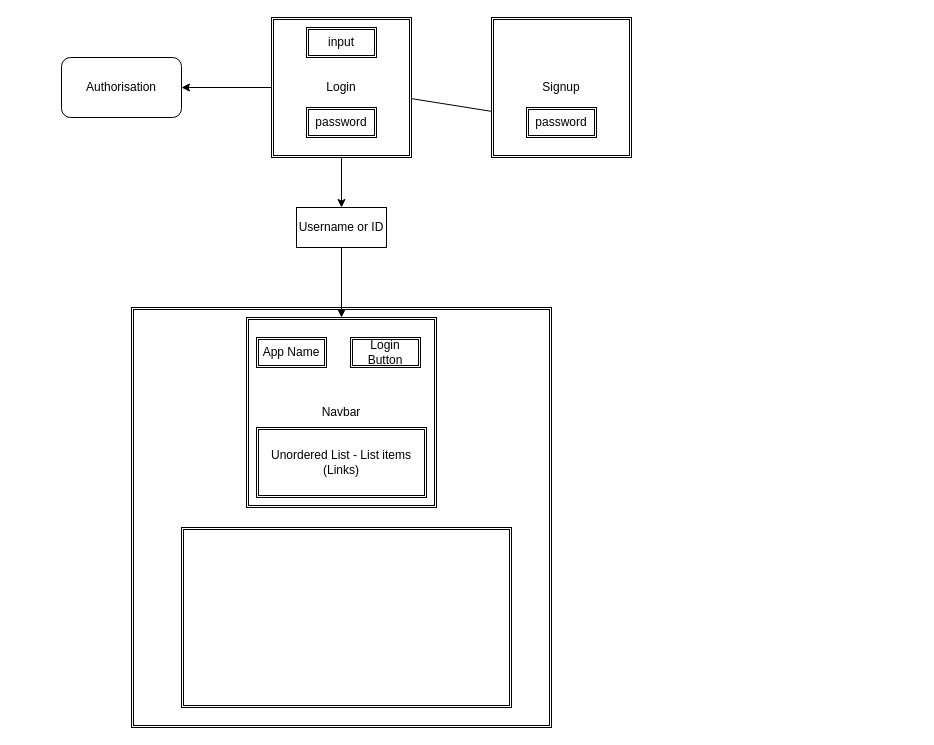
Before: component_tree.drawio in afam-io/final-project-front-end-boolean-pirates, a draw.io diagram. Source tidied: cells renumbered, new cells numbered last; positions are measured from the earlier drawing's top-left corner, leaving out a move shared by most shapes. Both pictures are drawn from the tidied source at 100%, with x=0, y=0 at pixel (61, 17).
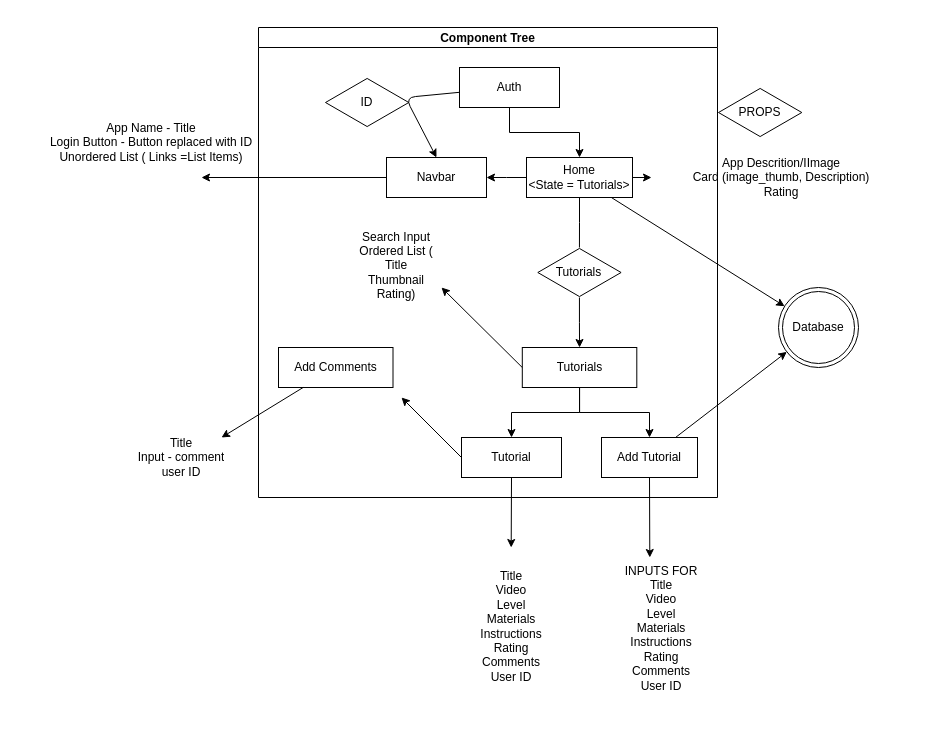
The same page after the edit.

Commit message:
component tree update

Diff of the diagram source:
```diff
@@
-    <mxCell id="2" style="shape=ext;double=1;whiteSpace=wrap;html=1;" parent="1" vertex="1">
-      <mxGeometry x="70" y="290" width="420" height="420" as="geometry" />
-    </mxCell>
-    <mxCell id="3" style="edgeStyle=none;html=1;" parent="1" edge="1" source="6" target="11">
-      <mxGeometry relative="1" as="geometry" />
-    </mxCell>
-    <mxCell id="4" style="edgeStyle=none;html=1;" parent="1" edge="1" source="6" target="13">
-      <mxGeometry relative="1" as="geometry" />
-    </mxCell>
-    <mxCell id="5" style="edgeStyle=none;html=1;" parent="1" edge="1" source="6" target="10">
-      <mxGeometry relative="1" as="geometry" />
-    </mxCell>
-    <mxCell id="6" value="Login" style="shape=ext;double=1;whiteSpace=wrap;html=1;" parent="1" vertex="1">
-      <mxGeometry x="210" width="140" height="140" as="geometry" />
-    </mxCell>
-    <mxCell id="7" value="Signup" style="shape=ext;double=1;whiteSpace=wrap;html=1;" parent="1" vertex="1">
-      <mxGeometry x="430" width="140" height="140" as="geometry" />
-    </mxCell>
-    <mxCell id="8" value="input" style="shape=ext;double=1;rounded=0;whiteSpace=wrap;html=1;" parent="1" vertex="1">
-      <mxGeometry x="245" y="10" width="70" height="30" as="geometry" />
-    </mxCell>
-    <mxCell id="9" value="password" style="shape=ext;double=1;rounded=0;whiteSpace=wrap;html=1;" parent="1" vertex="1">
-      <mxGeometry x="245" y="90" width="70" height="30" as="geometry" />
-    </mxCell>
-    <mxCell id="10" value="password" style="shape=ext;double=1;rounded=0;whiteSpace=wrap;html=1;" parent="1" vertex="1">
-      <mxGeometry x="465" y="90" width="70" height="30" as="geometry" />
-    </mxCell>
-    <mxCell id="11" value="Authorisation" style="rounded=1;whiteSpace=wrap;html=1;" parent="1" vertex="1">
-      <mxGeometry y="40" width="120" height="60" as="geometry" />
-    </mxCell>
-    <mxCell id="12" style="edgeStyle=none;html=1;" parent="1" edge="1" source="13">
-      <mxGeometry relative="1" as="geometry">
-        <mxPoint x="280" y="300" as="targetPoint" />
-      </mxGeometry>
-    </mxCell>
-    <mxCell id="13" value="Username or ID" style="whiteSpace=wrap;html=1;" parent="1" vertex="1">
-      <mxGeometry x="235" y="190" width="90" height="40" as="geometry" />
-    </mxCell>
+    <mxCell id="19" value="Component Tree" style="swimlane;startSize=20;horizontal=1;horizontalTree=0;containerType=tree;" parent="1" vertex="1">
+      <mxGeometry x="197" y="10" width="459" height="470" as="geometry" />
+    </mxCell>
+    <mxCell id="20" style="edgeStyle=none;html=1;entryX=0.5;entryY=0;entryDx=0;entryDy=0;" parent="19" edge="1" source="21" target="14">
+      <mxGeometry relative="1" as="geometry">
+        <Array as="points">
+          <mxPoint x="147" y="70" />
+        </Array>
+      </mxGeometry>
+    </mxCell>
+    <mxCell id="21" value="Auth" style="whiteSpace=wrap;html=1;" parent="19" vertex="1">
+      <mxGeometry x="201" y="40" width="100" height="40" as="geometry" />
+    </mxCell>
+    <mxCell id="22" value="Home&lt;br&gt;&amp;lt;State = Tutorials&amp;gt;" style="whiteSpace=wrap;html=1;" parent="19" vertex="1">
+      <mxGeometry x="268" y="130" width="106" height="40" as="geometry" />
+    </mxCell>
+    <mxCell id="23" style="edgeStyle=elbowEdgeStyle;elbow=vertical;html=1;rounded=0;" parent="19" edge="1" source="21" target="22">
+      <mxGeometry relative="1" as="geometry" />
+    </mxCell>
+    <mxCell id="24" style="edgeStyle=elbowEdgeStyle;elbow=vertical;html=1;rounded=0;" parent="19" edge="1" source="22" target="14">
+      <mxGeometry relative="1" as="geometry" />
+    </mxCell>
-    <mxCell id="14" value="Navbar" style="shape=ext;double=1;whiteSpace=wrap;html=1;" parent="1" vertex="1">
-      <mxGeometry x="185" y="300" width="190" height="190" as="geometry" />
+    <mxCell id="14" value="Navbar" style="whiteSpace=wrap;html=1;" parent="19" vertex="1">
+      <mxGeometry x="128" y="130" width="100" height="40" as="geometry" />
     </mxCell>
-    <mxCell id="15" value="Login Button" style="shape=ext;double=1;rounded=0;whiteSpace=wrap;html=1;" parent="1" vertex="1">
-      <mxGeometry x="289" y="320" width="70" height="30" as="geometry" />
-    </mxCell>
-    <mxCell id="16" value="Unordered List - List items (Links)" style="shape=ext;double=1;rounded=0;whiteSpace=wrap;html=1;" parent="1" vertex="1">
-      <mxGeometry x="195" y="410" width="170" height="70" as="geometry" />
-    </mxCell>
-    <mxCell id="17" value="App Name" style="shape=ext;double=1;rounded=0;whiteSpace=wrap;html=1;" parent="1" vertex="1">
-      <mxGeometry x="195" y="320" width="70" height="30" as="geometry" />
-    </mxCell>
-    <mxCell id="18" style="shape=ext;double=1;rounded=0;whiteSpace=wrap;html=1;" parent="1" vertex="1">
-      <mxGeometry x="120" y="510" width="330" height="180" as="geometry" />
-    </mxCell>
+    <mxCell id="25" style="edgeStyle=elbowEdgeStyle;elbow=vertical;html=1;rounded=0;startArrow=none;" parent="19" edge="1" source="31" target="26">
+      <mxGeometry relative="1" as="geometry" />
+    </mxCell>
+    <mxCell id="26" value="Tutorials" style="whiteSpace=wrap;html=1;" parent="19" vertex="1">
+      <mxGeometry x="263.8" y="320" width="114.5" height="40" as="geometry" />
+    </mxCell>
+    <mxCell id="27" style="edgeStyle=elbowEdgeStyle;elbow=vertical;html=1;rounded=0;" parent="19" edge="1" source="26" target="28">
+      <mxGeometry relative="1" as="geometry" />
+    </mxCell>
+    <mxCell id="28" value="Tutorial" style="whiteSpace=wrap;html=1;" parent="19" vertex="1">
+      <mxGeometry x="203" y="410" width="100" height="40" as="geometry" />
+    </mxCell>
+    <mxCell id="29" style="edgeStyle=elbowEdgeStyle;elbow=vertical;html=1;rounded=0;" parent="19" edge="1" source="26" target="33">
+      <mxGeometry relative="1" as="geometry" />
+    </mxCell>
+    <mxCell id="30" value="ID" style="html=1;whiteSpace=wrap;shape=isoRectangle;" parent="19" vertex="1">
+      <mxGeometry x="67" y="50" width="83.3" height="50" as="geometry" />
+    </mxCell>
+    <mxCell id="31" value="Tutorials" style="html=1;whiteSpace=wrap;shape=isoRectangle;" parent="19" vertex="1">
+      <mxGeometry x="279.3" y="220" width="83.3" height="50" as="geometry" />
+    </mxCell>
+    <mxCell id="32" style="edgeStyle=elbowEdgeStyle;elbow=vertical;html=1;rounded=0;endArrow=none;" parent="19" edge="1" source="22" target="31">
+      <mxGeometry relative="1" as="geometry" />
+    </mxCell>
+    <mxCell id="33" value="Add Tutorial" style="whiteSpace=wrap;html=1;" parent="19" vertex="1">
+      <mxGeometry x="343" y="410" width="96" height="40" as="geometry" />
+    </mxCell>
+    <mxCell id="34" value="Add Comments" style="whiteSpace=wrap;html=1;" parent="19" vertex="1">
+      <mxGeometry x="20" y="320" width="114.5" height="40" as="geometry" />
+    </mxCell>
+    <mxCell id="35" value="Search Input&lt;br&gt;Ordered List (&lt;br&gt;Title&lt;br&gt;Thumbnail&lt;br&gt;Rating)" style="text;html=1;strokeColor=none;fillColor=none;align=center;verticalAlign=middle;whiteSpace=wrap;overflow=hidden;shadow=1;" parent="19" vertex="1">
+      <mxGeometry x="48" y="190" width="180" height="95" as="geometry" />
+    </mxCell>
+    <mxCell id="36" value="PROPS" style="html=1;whiteSpace=wrap;shape=isoRectangle;" parent="1" vertex="1">
+      <mxGeometry x="657" y="70" width="83.3" height="50" as="geometry" />
+    </mxCell>
+    <mxCell id="37" value="Database" style="ellipse;shape=doubleEllipse;whiteSpace=wrap;html=1;" parent="1" vertex="1">
+      <mxGeometry x="717" y="270" width="80" height="80" as="geometry" />
+    </mxCell>
+    <mxCell id="38" style="edgeStyle=none;html=1;" parent="1" edge="1" source="22" target="37">
+      <mxGeometry relative="1" as="geometry" />
+    </mxCell>
+    <mxCell id="39" style="edgeStyle=none;html=1;" parent="1" edge="1" source="33" target="37">
+      <mxGeometry relative="1" as="geometry" />
+    </mxCell>
+    <mxCell id="40" style="edgeStyle=none;html=1;" parent="1" edge="1" source="14">
+      <mxGeometry relative="1" as="geometry">
+        <mxPoint x="140" y="160" as="targetPoint" />
+      </mxGeometry>
+    </mxCell>
+    <mxCell id="41" value="App Name - Title&lt;br&gt;Login Button - Button replaced with ID&lt;br&gt;Unordered List ( Links =List Items)" style="text;html=1;strokeColor=none;fillColor=none;align=center;verticalAlign=middle;whiteSpace=wrap;overflow=hidden;shadow=1;" parent="1" vertex="1">
+      <mxGeometry x="-40" y="60" width="260" height="130" as="geometry" />
+    </mxCell>
+    <mxCell id="42" value="App Descrition/IImage&lt;br&gt;Card (image_thumb, Description)&lt;br&gt;Rating" style="text;html=1;strokeColor=none;fillColor=none;align=center;verticalAlign=middle;whiteSpace=wrap;overflow=hidden;shadow=1;" parent="1" vertex="1">
+      <mxGeometry x="590" y="120" width="260" height="80" as="geometry" />
+    </mxCell>
+    <mxCell id="43" style="edgeStyle=none;html=1;exitX=1;exitY=0.5;exitDx=0;exitDy=0;" parent="1" edge="1" source="22" target="42">
+      <mxGeometry relative="1" as="geometry" />
+    </mxCell>
+    <mxCell id="44" value="Title&lt;br&gt;Video&lt;br&gt;Level&lt;br&gt;Materials&lt;br&gt;Instructions&lt;br&gt;Rating&lt;br&gt;Comments&lt;br&gt;User ID&lt;br&gt;" style="text;html=1;strokeColor=none;fillColor=none;align=center;verticalAlign=middle;whiteSpace=wrap;overflow=hidden;shadow=1;" parent="1" vertex="1">
+      <mxGeometry x="360" y="544" width="180" height="130" as="geometry" />
+    </mxCell>
+    <mxCell id="45" style="edgeStyle=none;html=1;" parent="1" edge="1" source="34">
+      <mxGeometry relative="1" as="geometry">
+        <mxPoint x="160" y="420" as="targetPoint" />
+      </mxGeometry>
+    </mxCell>
+    <mxCell id="46" value="Title&lt;br&gt;Input - comment&lt;br&gt;user ID" style="text;html=1;strokeColor=none;fillColor=none;align=center;verticalAlign=middle;whiteSpace=wrap;overflow=hidden;shadow=1;" parent="1" vertex="1">
+      <mxGeometry x="30" y="400" width="180" height="80" as="geometry" />
+    </mxCell>
+    <mxCell id="47" style="edgeStyle=none;html=1;exitX=0.5;exitY=1;exitDx=0;exitDy=0;" parent="1" edge="1" source="28">
+      <mxGeometry relative="1" as="geometry">
+        <mxPoint x="449.7" y="530" as="targetPoint" />
+      </mxGeometry>
+    </mxCell>
+    <mxCell id="48" value="INPUTS FOR&lt;br&gt;Title&lt;br&gt;Video&lt;br&gt;Level&lt;br&gt;Materials&lt;br&gt;Instructions&lt;br&gt;Rating&lt;br&gt;Comments&lt;br&gt;User ID" style="text;html=1;strokeColor=none;fillColor=none;align=center;verticalAlign=middle;whiteSpace=wrap;overflow=hidden;shadow=1;" parent="1" vertex="1">
+      <mxGeometry x="510" y="544" width="180" height="130" as="geometry" />
+    </mxCell>
+    <mxCell id="49" style="edgeStyle=none;html=1;exitX=0.5;exitY=1;exitDx=0;exitDy=0;" parent="1" edge="1" source="33">
+      <mxGeometry relative="1" as="geometry">
+        <mxPoint x="588.3" y="540" as="targetPoint" />
+      </mxGeometry>
+    </mxCell>
+    <mxCell id="50" style="edgeStyle=none;html=1;exitX=0;exitY=0.5;exitDx=0;exitDy=0;" parent="1" edge="1" source="28">
+      <mxGeometry relative="1" as="geometry">
+        <mxPoint x="340" y="380" as="targetPoint" />
+      </mxGeometry>
+    </mxCell>
+    <mxCell id="51" style="edgeStyle=none;html=1;exitX=0;exitY=0.5;exitDx=0;exitDy=0;" parent="1" edge="1" source="26">
+      <mxGeometry relative="1" as="geometry">
+        <mxPoint x="380" y="270" as="targetPoint" />
+      </mxGeometry>
+    </mxCell>
```
